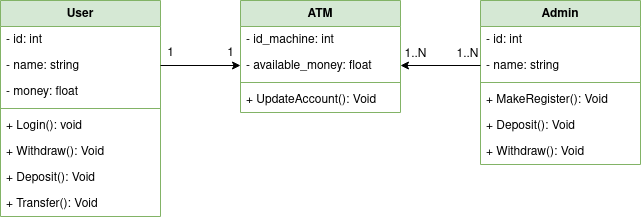
Before: diagramas_clase/cajero-atm/diagrama-clase-cajero-atm.drawio.png, a diagram exported from draw.io (JesusLugo2002/ETS). Source tidied: cells renumbered, new cells last; positions are measured from the earlier drawing's top-left corner, leaving out a move shared by most shapes.
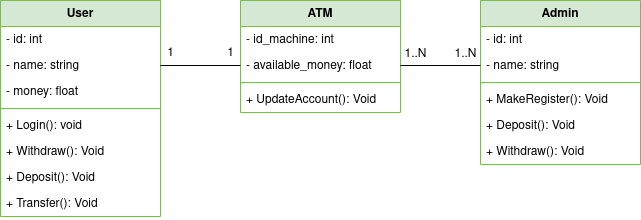
The same diagram one commit later.

Diff of the diagram source:
```diff
@@ -65,10 +65,10 @@
     <mxCell id="22" value="&lt;div&gt;+ Withdraw(): Void&lt;/div&gt;&lt;div&gt;&lt;br&gt;&lt;/div&gt;" style="text;strokeColor=none;fillColor=none;align=left;verticalAlign=top;spacingLeft=4;spacingRight=4;overflow=hidden;whiteSpace=wrap;html=1;" parent="16" vertex="1">
       <mxGeometry y="138" width="160" height="26" as="geometry" />
     </mxCell>
-    <mxCell id="23" style="edgeStyle=orthogonalEdgeStyle;rounded=0;jettySize=auto;html=1;entryX=0;entryY=0.5;entryDx=0;entryDy=0;" parent="1" edge="1" source="4" target="13">
+    <mxCell id="23" style="edgeStyle=orthogonalEdgeStyle;rounded=0;jettySize=auto;html=1;entryX=0;entryY=0.5;entryDx=0;entryDy=0;endArrow=none;endFill=0;" parent="1" edge="1" source="4" target="13">
       <mxGeometry relative="1" as="geometry" />
     </mxCell>
-    <mxCell id="24" style="edgeStyle=orthogonalEdgeStyle;rounded=0;jettySize=auto;html=1;entryX=1;entryY=0.5;entryDx=0;entryDy=0;" parent="1" edge="1" source="18" target="13">
+    <mxCell id="24" style="edgeStyle=orthogonalEdgeStyle;rounded=0;jettySize=auto;html=1;entryX=1;entryY=0.5;entryDx=0;entryDy=0;endArrow=none;endFill=0;" parent="1" edge="1" source="18" target="13">
       <mxGeometry relative="1" as="geometry" />
     </mxCell>
     <mxCell id="25" value="1" style="text;html=1;align=center;verticalAlign=middle;strokeColor=none;fillColor=none;" parent="1" vertex="1">
@@ -81,7 +81,7 @@
       <mxGeometry x="390" y="39" width="50" height="30" as="geometry" />
     </mxCell>
     <mxCell id="28" value="1..N" style="text;html=1;align=center;verticalAlign=middle;strokeColor=none;fillColor=none;" parent="1" vertex="1">
-      <mxGeometry x="442" y="39" width="50" height="30" as="geometry" />
+      <mxGeometry x="440" y="39" width="50" height="30" as="geometry" />
     </mxCell>
   </root>
 </mxGraphModel>
```
